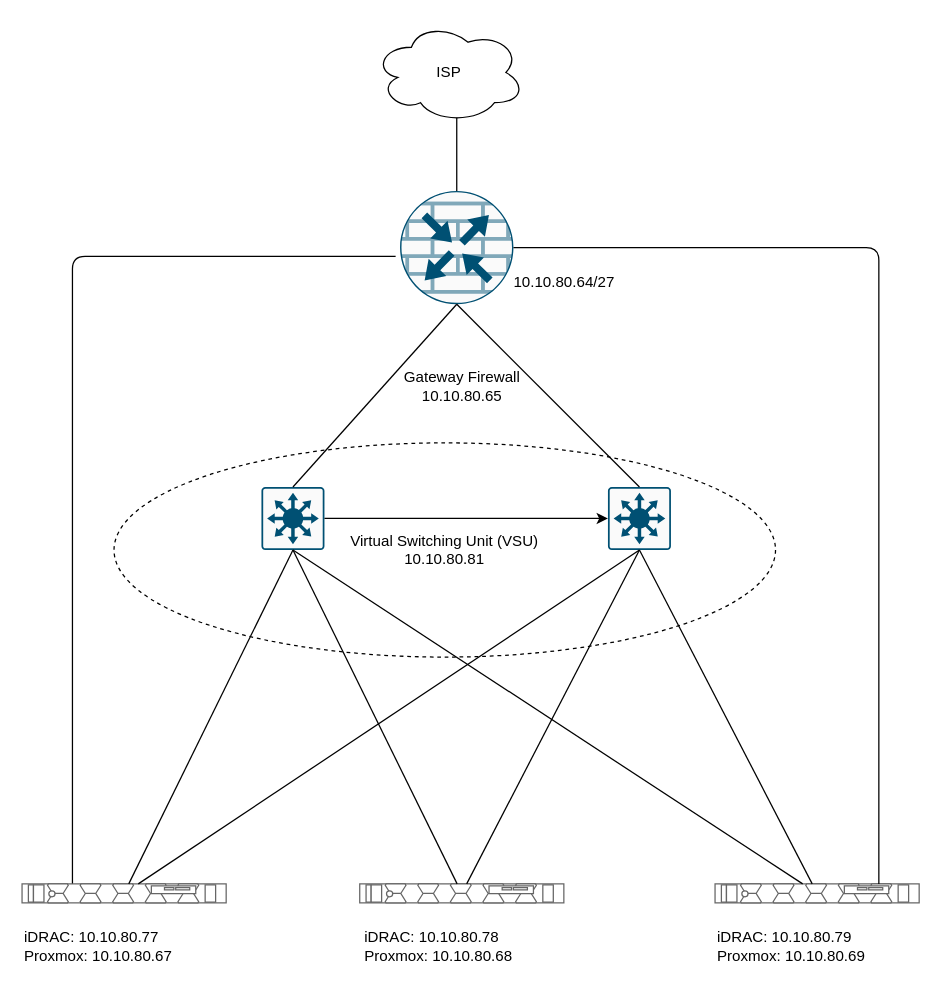
Before: Logical Network Diagram.drawio in aadarshadhakalg/aadarshadhakalg, a draw.io diagram. Source tidied: cells renumbered, new cells numbered last; positions are measured from the earlier drawing's top-left corner, leaving out a move shared by most shapes. Both pictures are drawn from the tidied source at 126%, with x=0, y=0 at pixel (21, 21).
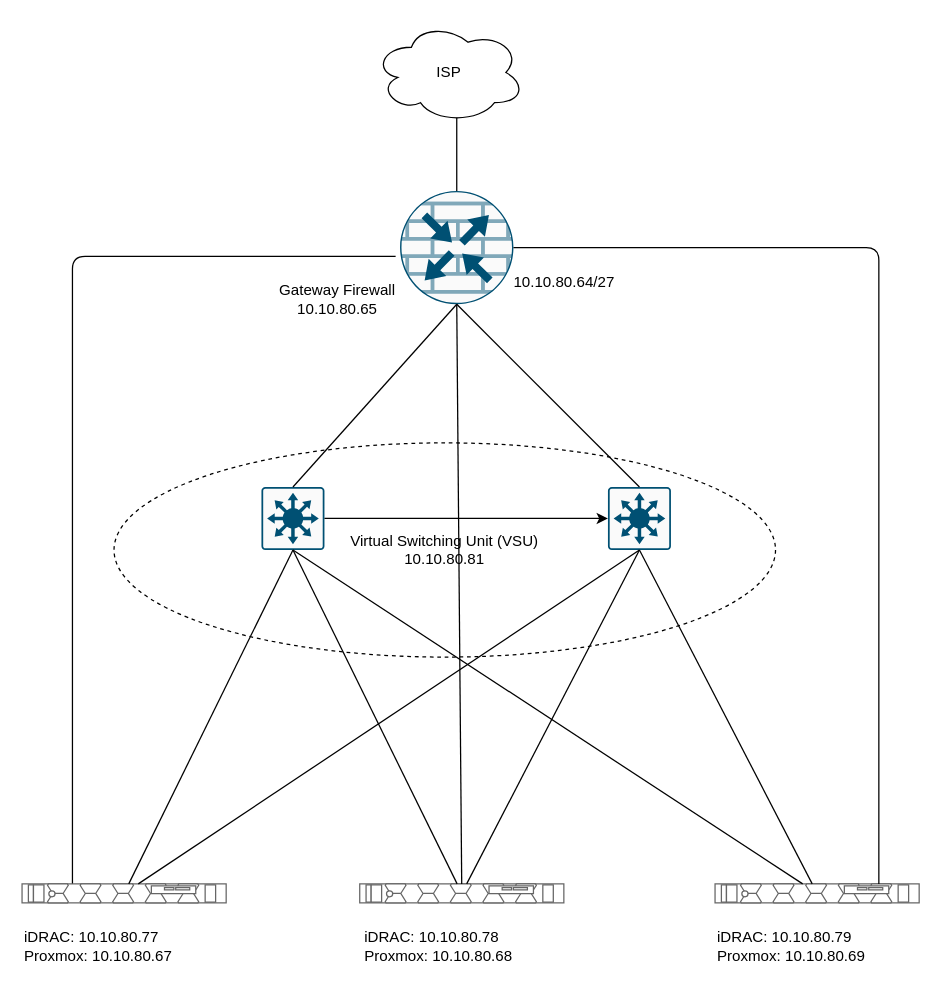
Above is the later version.

The change refers to these unchanged cells:
```xml
<mxCell id="4" style="points=[[0.5,0,0],[1,0.5,0],[0.5,1,0],[0,0.5,0],[0.145,0.145,0],[0.8555,0.145,0],[0.855,0.8555,0],[0.145,0.855,0]];verticalLabelPosition=bottom;html=1;verticalAlign=top;align=center;shape=mxgraph.cisco19.rect;prIcon=router_with_firewall;fillColor=#FAFAFA;strokeColor=#005073;rounded=1;" parent="1" vertex="1">
  <mxGeometry x="300" y="134" width="90" height="90" as="geometry" />
</mxCell>
<mxCell id="10" style="strokeColor=#666666;html=1;labelPosition=right;align=left;spacingLeft=15;shadow=0;dashed=0;outlineConnect=0;shape=mxgraph.rack.dell.poweredge_r6525;rounded=1;" parent="1" vertex="1">
  <mxGeometry x="268" y="684" width="162" height="15" as="geometry" />
</mxCell>
```

The edit, as a diff of the source:
```diff
@@
     <mxCell id="23" value="Gateway Firewall&lt;div&gt;10.10.80.65&lt;/div&gt;" style="text;html=1;align=center;verticalAlign=middle;strokeColor=none;fillColor=none;" parent="1" vertex="1">
-      <mxGeometry x="289" y="269" width="120" height="40" as="geometry" />
+      <mxGeometry x="190" y="200" width="120" height="40" as="geometry" />
     </mxCell>
@@
+    <mxCell id="27" style="endArrow=none;html=1;rounded=1;entryX=0.5;entryY=1;entryDx=0;entryDy=0;entryPerimeter=0;" parent="1" edge="1" source="10" target="4">
+      <mxGeometry relative="1" as="geometry" />
+    </mxCell>
```
